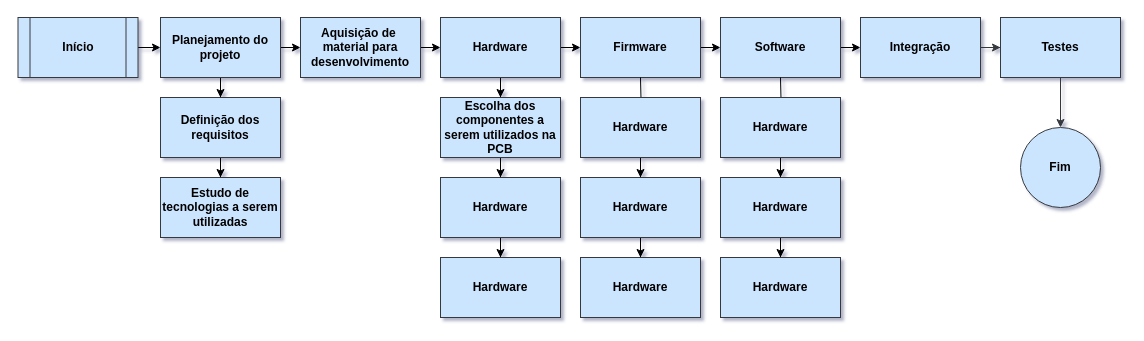
Before: figuras/Development_flow.drawio in carvalhodemagno/TCC_Latex, a draw.io diagram. Source tidied: cells renumbered, new cells numbered last; positions are measured from the earlier drawing's top-left corner, leaving out a move shared by most shapes. Both pictures are drawn from the tidied source at 100%, with x=0, y=0 at pixel (18, 17).
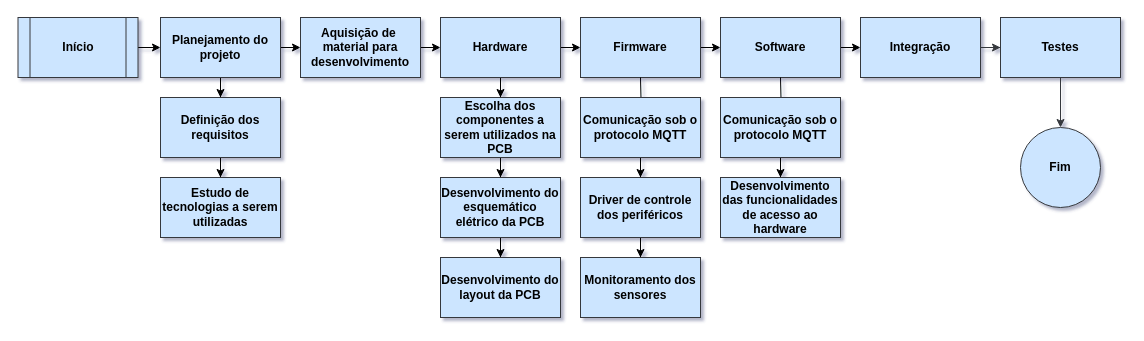
The same page after the edit.

Change to the diagram source:
```diff
@@
-    <mxCell id="18" value="Hardware" style="rounded=0;whiteSpace=wrap;html=1;fillColor=#cce5ff;strokeColor=#36393d;fontStyle=1;" parent="1" vertex="1">
+    <mxCell id="18" value="Desenvolvimento do esquemático elétrico da PCB" style="rounded=0;whiteSpace=wrap;html=1;fillColor=#cce5ff;strokeColor=#36393d;fontStyle=1;" parent="1" vertex="1">
       <mxGeometry x="422" y="160" width="120" height="60" as="geometry" />
     </mxCell>
-    <mxCell id="19" value="Hardware" style="rounded=0;whiteSpace=wrap;html=1;fillColor=#cce5ff;strokeColor=#36393d;fontStyle=1;" parent="1" vertex="1">
+    <mxCell id="19" value="Desenvolvimento do layout da PCB" style="rounded=0;whiteSpace=wrap;html=1;fillColor=#cce5ff;strokeColor=#36393d;fontStyle=1;" parent="1" vertex="1">
       <mxGeometry x="422" y="240" width="120" height="60" as="geometry" />
     </mxCell>
@@
-    <mxCell id="31" value="Hardware" style="rounded=0;whiteSpace=wrap;html=1;fillColor=#cce5ff;strokeColor=#36393d;fontStyle=1;" parent="1" vertex="1">
+    <mxCell id="31" value="Comunicação sob o protocolo MQTT" style="rounded=0;whiteSpace=wrap;html=1;fillColor=#cce5ff;strokeColor=#36393d;fontStyle=1;" parent="1" vertex="1">
       <mxGeometry x="562" y="80" width="120" height="60" as="geometry" />
     </mxCell>
@@
-    <mxCell id="33" value="Hardware" style="rounded=0;whiteSpace=wrap;html=1;fillColor=#cce5ff;strokeColor=#36393d;fontStyle=1;" parent="1" vertex="1">
+    <mxCell id="33" value="Driver de controle dos periféricos" style="rounded=0;whiteSpace=wrap;html=1;fillColor=#cce5ff;strokeColor=#36393d;fontStyle=1;" parent="1" vertex="1">
       <mxGeometry x="562" y="160" width="120" height="60" as="geometry" />
     </mxCell>
-    <mxCell id="34" value="Hardware" style="rounded=0;whiteSpace=wrap;html=1;fillColor=#cce5ff;strokeColor=#36393d;fontStyle=1;" parent="1" vertex="1">
+    <mxCell id="34" value="Monitoramento dos sensores" style="rounded=0;whiteSpace=wrap;html=1;fillColor=#cce5ff;strokeColor=#36393d;fontStyle=1;" parent="1" vertex="1">
       <mxGeometry x="562" y="240" width="120" height="60" as="geometry" />
     </mxCell>
@@
-    <mxCell id="37" value="Hardware" style="rounded=0;whiteSpace=wrap;html=1;fillColor=#cce5ff;strokeColor=#36393d;fontStyle=1;" parent="1" vertex="1">
+    <mxCell id="37" value="Comunicação sob o protocolo MQTT" style="rounded=0;whiteSpace=wrap;html=1;fillColor=#cce5ff;strokeColor=#36393d;fontStyle=1;" parent="1" vertex="1">
       <mxGeometry x="702" y="80" width="120" height="60" as="geometry" />
     </mxCell>
-    <mxCell id="38" style="edgeStyle=orthogonalEdgeStyle;rounded=0;jettySize=auto;html=1;" parent="1" edge="1" source="39" target="40">
-      <mxGeometry relative="1" as="geometry" />
-    </mxCell>
-    <mxCell id="39" value="Hardware" style="rounded=0;whiteSpace=wrap;html=1;fillColor=#cce5ff;strokeColor=#36393d;fontStyle=1;" parent="1" vertex="1">
+    <mxCell id="39" value="Desenvolvimento das funcionalidades de acesso ao hardware" style="rounded=0;whiteSpace=wrap;html=1;fillColor=#cce5ff;strokeColor=#36393d;fontStyle=1;" parent="1" vertex="1">
       <mxGeometry x="702" y="160" width="120" height="60" as="geometry" />
     </mxCell>
-    <mxCell id="40" value="Hardware" style="rounded=0;whiteSpace=wrap;html=1;fillColor=#cce5ff;strokeColor=#36393d;fontStyle=1;" parent="1" vertex="1">
-      <mxGeometry x="702" y="240" width="120" height="60" as="geometry" />
-    </mxCell>
```
